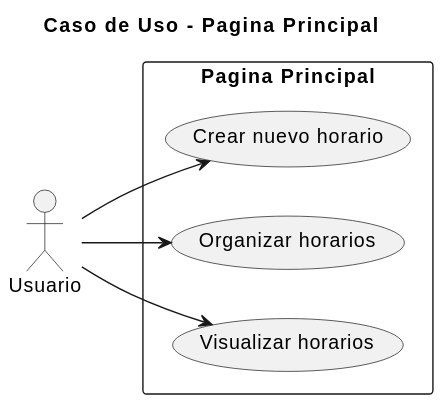
Earlier version of the PlantUML export imagenes/Casos de Uso/Diagrama 1.svg (FernandoWilliam26/23-24-IdSw1-SDR). Its diagram source:
```plantuml
@startuml
title Caso de Uso - Pagina Principal

left to right direction
actor Usuario as cust

rectangle "Pagina Principal" {
    usecase "Visualizar horarios" as OP1
    usecase "Organizar horarios" as OP2
usecase "Crear nuevo horario" as OP3
}

cust --> OP1
cust --> OP2
cust -->OP3
@enduml
```
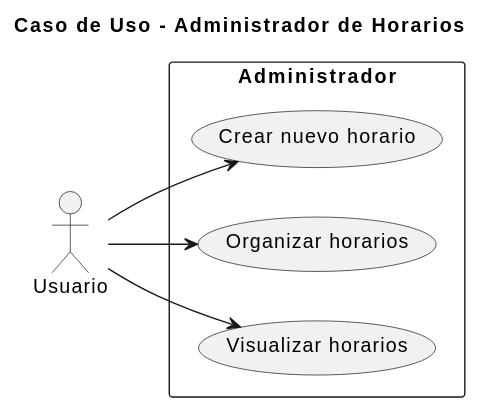
The same file after the commit.

Commit message:
Cambiando error

The edit, as a diff of the source:
```diff
@@ -1,10 +1,10 @@
 @startuml
-title Caso de Uso - Pagina Principal
+title Caso de Uso - Administrador de Horarios
 
 left to right direction
 actor Usuario as cust
 
-rectangle "Pagina Principal" {
+rectangle "Administrador" {
     usecase "Visualizar horarios" as OP1
     usecase "Organizar horarios" as OP2
 usecase "Crear nuevo horario" as OP3
```
